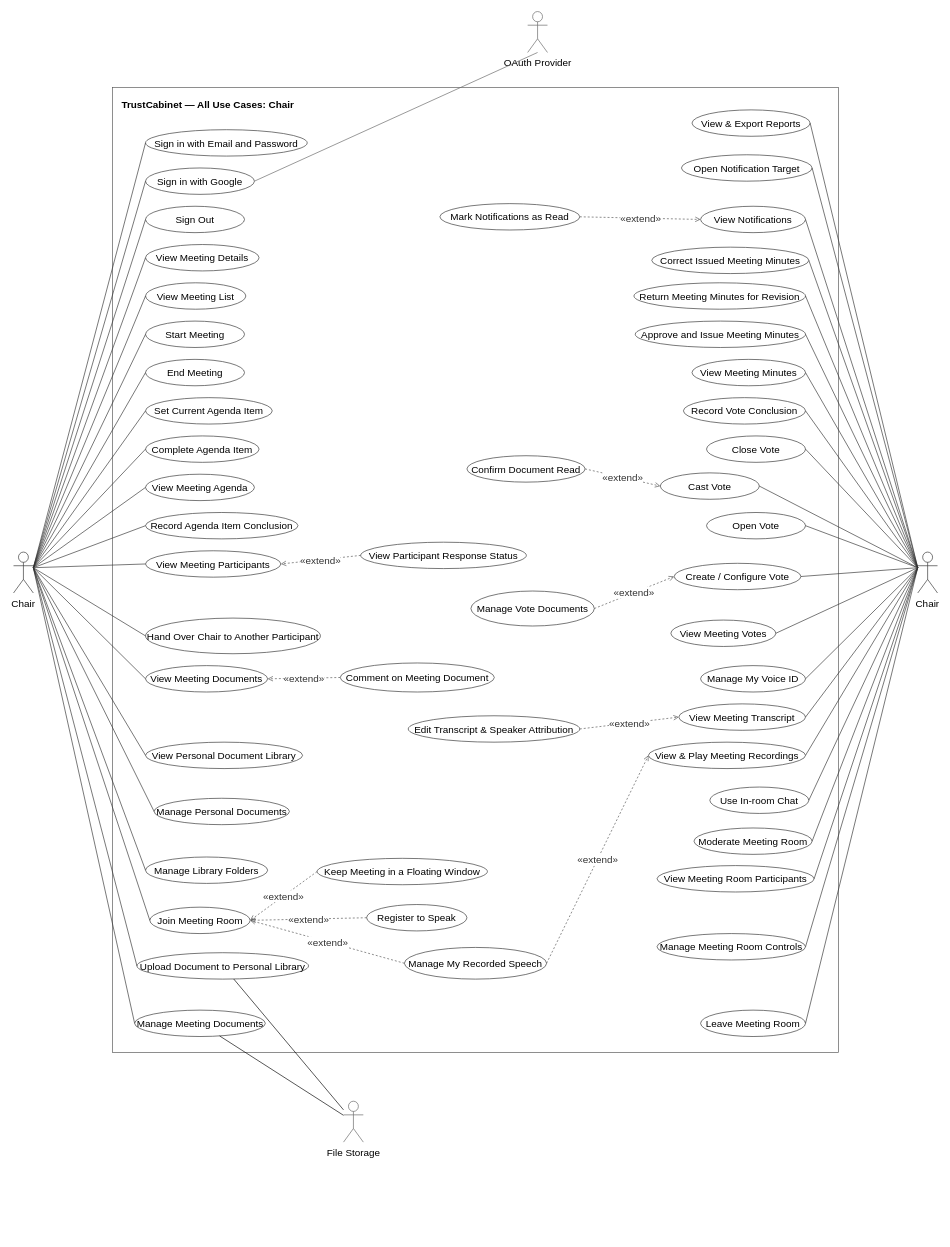
Earlier version of the draw.io diagram page "Chair" (4 of 7) of docs/14-uc-diagram/trustcabinet-use-cases.drawio (callmehai/FU-FA26-G116). Source tidied: cells renumbered, new cells numbered last; positions are measured from the earlier drawing's top-left corner, leaving out a move shared by most shapes. Both pictures are drawn from the tidied source at 66%, with x=0, y=0 at pixel (13, 11).
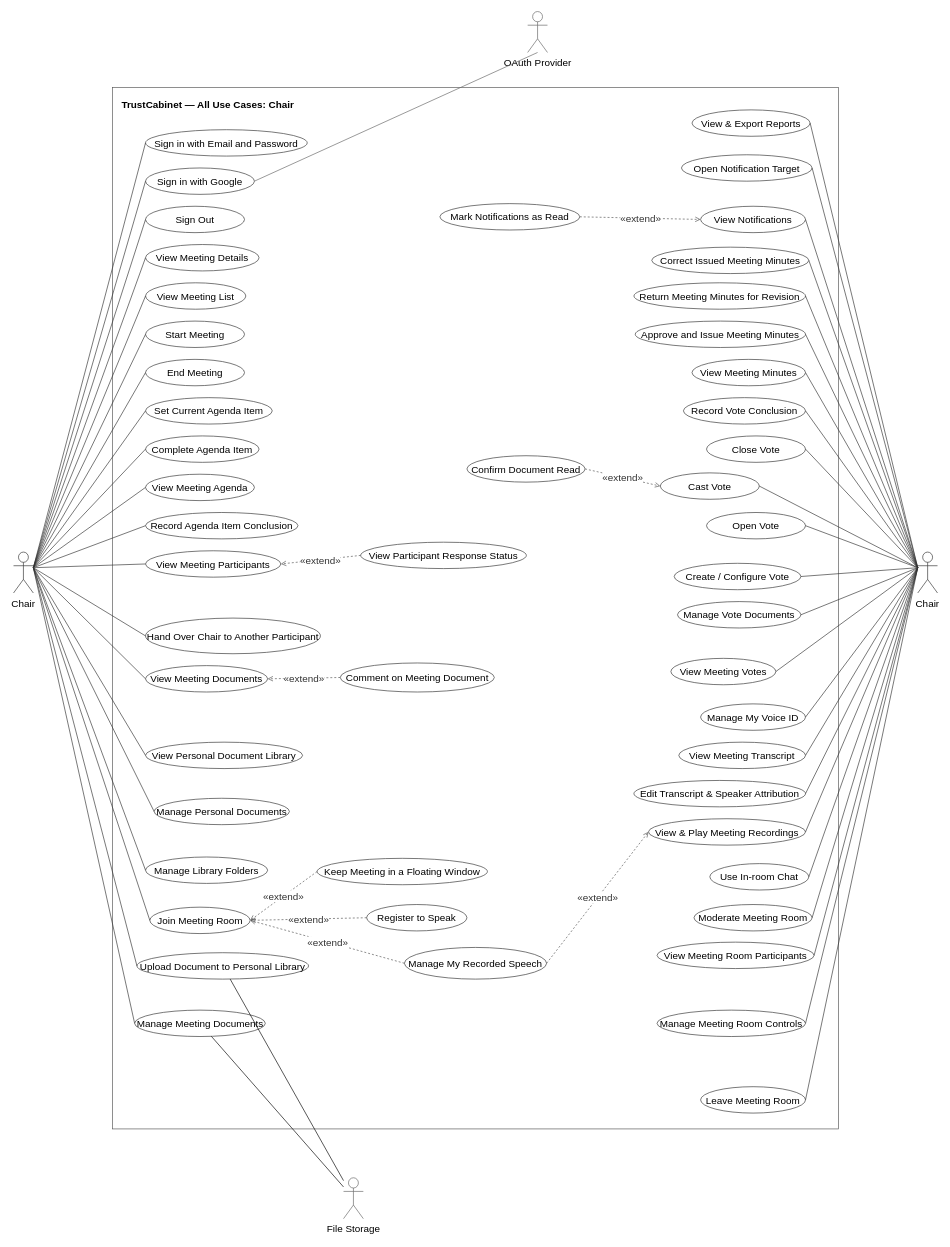
The same diagram, later.

Unchanged cells that the change refers to:
```xml
<mxCell id="4" value="Chair" style="shape=umlActor;whiteSpace=wrap;verticalLabelPosition=bottom;verticalAlign=top;html=1;outlineConnect=0;fillColor=#ffffff;strokeColor=#333333;fontSize=15;" parent="1" vertex="1">
  <mxGeometry x="1370" y="819" width="30" height="62" as="geometry" />
</mxCell>
<mxCell id="25" value="Create / Configure Vote" style="ellipse;whiteSpace=wrap;html=1;align=center;verticalAlign=middle;fontSize=15;strokeColor=#333333;fillColor=#ffffff;" parent="1" vertex="1">
  <mxGeometry x="1001" y="836" width="192" height="40" as="geometry" />
</mxCell>
```

Change to the diagram source:
```diff
@@
     <mxCell id="2" value="TrustCabinet — All Use Cases: Chair" style="rounded=0;whiteSpace=wrap;html=1;align=left;verticalAlign=top;spacingTop=10;spacingLeft=12;fontStyle=1;fontSize=15;strokeColor=#555555;fillColor=none;" parent="1" vertex="1">
-      <mxGeometry x="150" y="115" width="1100" height="1462" as="geometry" />
+      <mxGeometry x="150" y="115" width="1100" height="1578" as="geometry" />
     </mxCell>
@@
     <mxCell id="15" value="Leave Meeting Room" style="ellipse;whiteSpace=wrap;html=1;align=center;verticalAlign=middle;fontSize=15;strokeColor=#333333;fillColor=#ffffff;" parent="1" vertex="1">
-      <mxGeometry x="1041" y="1513" width="159" height="40" as="geometry" />
+      <mxGeometry x="1041" y="1629" width="159" height="40" as="geometry" />
     </mxCell>
     <mxCell id="16" value="Manage Meeting Room Controls" style="ellipse;whiteSpace=wrap;html=1;align=center;verticalAlign=middle;fontSize=15;strokeColor=#333333;fillColor=#ffffff;" parent="1" vertex="1">
-      <mxGeometry x="975" y="1397" width="225" height="40" as="geometry" />
+      <mxGeometry x="975" y="1513" width="225" height="40" as="geometry" />
     </mxCell>
     <mxCell id="17" value="View Meeting Room Participants" style="ellipse;whiteSpace=wrap;html=1;align=center;verticalAlign=middle;fontSize=15;strokeColor=#333333;fillColor=#ffffff;" parent="1" vertex="1">
-      <mxGeometry x="975" y="1294" width="238" height="40" as="geometry" />
+      <mxGeometry x="975" y="1410" width="238" height="40" as="geometry" />
     </mxCell>
     <mxCell id="18" value="Moderate Meeting Room" style="ellipse;whiteSpace=wrap;html=1;align=center;verticalAlign=middle;fontSize=15;strokeColor=#333333;fillColor=#ffffff;" parent="1" vertex="1">
-      <mxGeometry x="1031" y="1237" width="179" height="40" as="geometry" />
+      <mxGeometry x="1031" y="1353" width="179" height="40" as="geometry" />
     </mxCell>
     <mxCell id="19" value="Use In-room Chat" style="ellipse;whiteSpace=wrap;html=1;align=center;verticalAlign=middle;fontSize=15;strokeColor=#333333;fillColor=#ffffff;" parent="1" vertex="1">
-      <mxGeometry x="1055" y="1175" width="150" height="40" as="geometry" />
+      <mxGeometry x="1055" y="1291" width="150" height="40" as="geometry" />
     </mxCell>
@@
     <mxCell id="23" value="View &amp;amp; Play Meeting Recordings" style="ellipse;whiteSpace=wrap;html=1;align=center;verticalAlign=middle;fontSize=15;strokeColor=#333333;fillColor=#ffffff;" parent="1" vertex="1">
-      <mxGeometry x="962" y="1107" width="238" height="40" as="geometry" />
+      <mxGeometry x="962" y="1223" width="238" height="40" as="geometry" />
     </mxCell>
     <mxCell id="24" value="View Meeting Votes" style="ellipse;whiteSpace=wrap;html=1;align=center;verticalAlign=middle;fontSize=15;strokeColor=#333333;fillColor=#ffffff;" parent="1" vertex="1">
-      <mxGeometry x="996" y="922" width="159" height="40" as="geometry" />
+      <mxGeometry x="996" y="980" width="159" height="40" as="geometry" />
     </mxCell>
@@
     <mxCell id="45" value="View Meeting Transcript" style="ellipse;whiteSpace=wrap;html=1;align=center;verticalAlign=middle;fontSize=15;strokeColor=#333333;fillColor=#ffffff;" parent="1" vertex="1">
-      <mxGeometry x="1008" y="1049" width="192" height="40" as="geometry" />
+      <mxGeometry x="1008" y="1107" width="192" height="40" as="geometry" />
     </mxCell>
@@
     <mxCell id="48" value="Manage Vote Documents" style="ellipse;whiteSpace=wrap;html=1;align=center;verticalAlign=middle;fontSize=15;strokeColor=#333333;fillColor=#ffffff;" parent="1" vertex="1">
-      <mxGeometry x="693" y="878" width="187" height="53" as="geometry" />
+      <mxGeometry x="1006" y="894" width="187" height="40" as="geometry" />
     </mxCell>
@@
     <mxCell id="53" value="Manage My Voice ID" style="ellipse;whiteSpace=wrap;html=1;align=center;verticalAlign=middle;fontSize=15;strokeColor=#333333;fillColor=#ffffff;" parent="1" vertex="1">
-      <mxGeometry x="1041" y="991" width="159" height="40" as="geometry" />
+      <mxGeometry x="1041" y="1049" width="159" height="40" as="geometry" />
     </mxCell>
     <mxCell id="54" value="Edit Transcript &amp;amp; Speaker Attribution" style="ellipse;whiteSpace=wrap;html=1;align=center;verticalAlign=middle;fontSize=15;strokeColor=#333333;fillColor=#ffffff;" parent="1" vertex="1">
-      <mxGeometry x="598" y="1067" width="260" height="40" as="geometry" />
+      <mxGeometry x="940" y="1165" width="260" height="40" as="geometry" />
     </mxCell>
@@
     <mxCell id="58" value="File Storage" style="shape=umlActor;verticalLabelPosition=bottom;verticalAlign=top;html=1;outlineConnect=0;fillColor=#ffffff;strokeColor=#666666;fontSize=15;" parent="1" vertex="1">
-      <mxGeometry x="500" y="1651" width="30" height="62" as="geometry" />
+      <mxGeometry x="500" y="1767" width="30" height="62" as="geometry" />
     </mxCell>
@@
-    <mxCell id="65" value="«extend»" style="edgeStyle=none;html=1;dashed=1;strokeColor=#555555;fontColor=#333333;fontSize=15;endArrow=open;endFill=0;labelBackgroundColor=#FFFFFF;exitX=1;exitY=0.5;exitDx=0;exitDy=0;entryX=0;entryY=0.5;entryDx=0;entryDy=0;" parent="1" edge="1" source="48" target="25">
-      <mxGeometry relative="1" as="geometry" />
-    </mxCell>
@@
-    <mxCell id="68" value="«extend»" style="edgeStyle=none;html=1;dashed=1;strokeColor=#555555;fontColor=#333333;fontSize=15;endArrow=open;endFill=0;labelBackgroundColor=#FFFFFF;exitX=1;exitY=0.5;exitDx=0;exitDy=0;entryX=0;entryY=0.5;entryDx=0;entryDy=0;" parent="1" edge="1" source="54" target="45">
-      <mxGeometry relative="1" as="geometry" />
-    </mxCell>
@@
+    <mxCell id="111" style="edgeStyle=none;strokeColor=#333333;html=1;strokeWidth=1;endArrow=none;startArrow=none;exitX=0;exitY=0.35;exitDx=-4;exitDy=0;entryX=1;entryY=0.5;entryDx=0;entryDy=0;fontSize=15;" parent="1" edge="1" source="4" target="48">
+      <mxGeometry relative="1" as="geometry" />
+    </mxCell>
+    <mxCell id="112" style="edgeStyle=none;strokeColor=#333333;html=1;strokeWidth=1;endArrow=none;startArrow=none;exitX=0;exitY=0.35;exitDx=-4;exitDy=0;entryX=1;entryY=0.5;entryDx=0;entryDy=0;fontSize=15;" parent="1" edge="1" source="4" target="54">
+      <mxGeometry relative="1" as="geometry" />
+    </mxCell>
```
